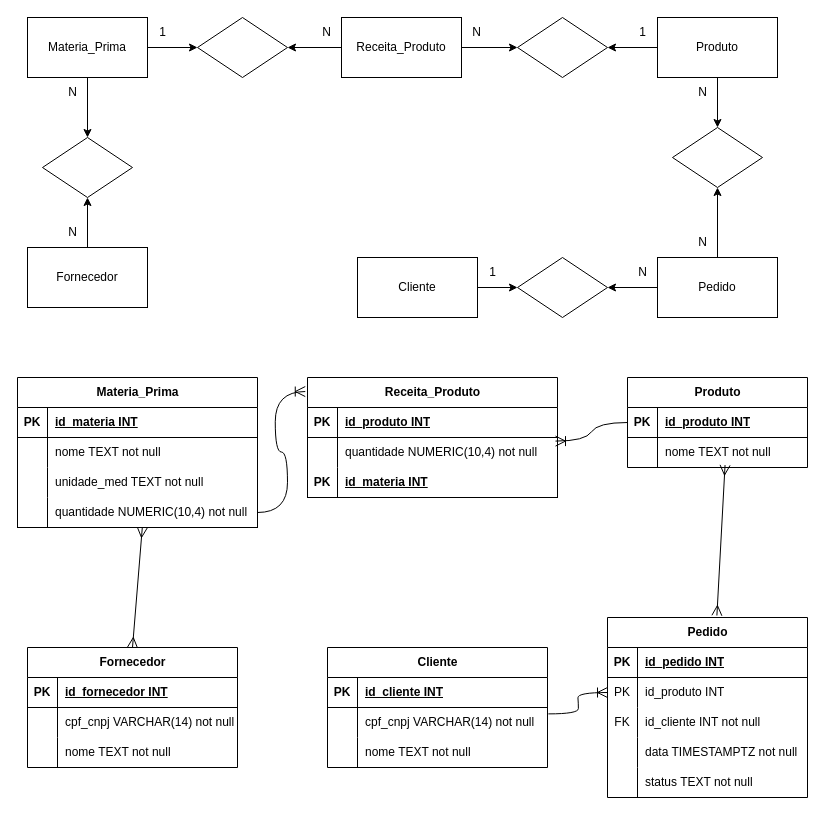
jheykocarreno/Senai_BackEnd keeps this draw.io diagram as Projeto_FinSQL/Ordenes_Marcenaria.drawio. Above is the earlier version. Source tidied: cells renumbered, new cells numbered last; positions are measured from the earlier drawing's top-left corner, leaving out a move shared by most shapes. Both pictures are drawn from the tidied source at 100%, with x=0, y=0 at pixel (17, 17).
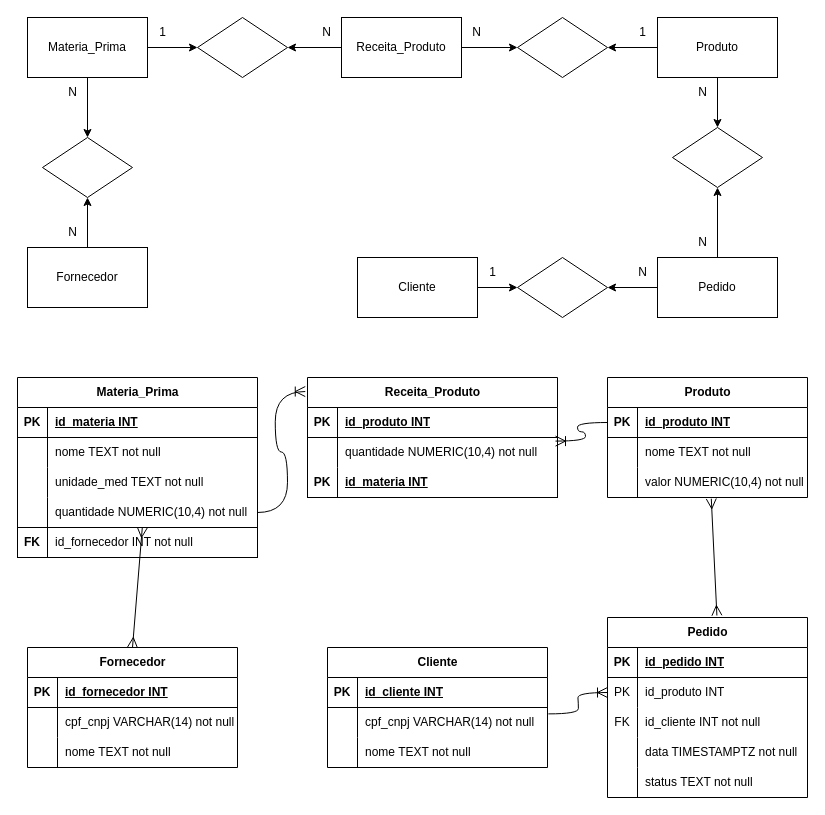
The same page after the edit.

The change refers to these unchanged cells:
```xml
<mxCell id="73" value="Pedido" style="shape=table;startSize=30;childLayout=tableLayout;rowLines=0;fontStyle=1;align=center;html=1;" parent="1" vertex="1">
  <mxGeometry x="590" y="600" width="200" height="180" as="geometry" />
</mxCell>
```

Diff of the diagram source:
```diff
@@
     <mxCell id="33" value="Materia_Prima" style="shape=table;startSize=30;childLayout=tableLayout;rowLines=0;fontStyle=1;align=center;html=1;" parent="1" vertex="1">
-      <mxGeometry y="360" width="240" height="150" as="geometry" />
+      <mxGeometry y="360" width="240" height="180" as="geometry" />
     </mxCell>
@@
+    <mxCell id="104" style="shape=tableRow;horizontal=0;startSize=0;swimlaneHead=0;swimlaneBody=0;fillColor=none;top=0;left=0;right=0;bottom=1;" parent="33" vertex="1">
+      <mxGeometry y="150" width="240" height="30" as="geometry" />
+    </mxCell>
+    <mxCell id="105" value="FK" style="shape=partialRectangle;fillColor=none;top=0;left=0;bottom=0;right=0;fontStyle=1;overflow=hidden;whiteSpace=wrap;html=1;" parent="104" vertex="1">
+      <mxGeometry width="30" height="30" as="geometry" />
+    </mxCell>
+    <mxCell id="106" value="&lt;span style=&quot;font-weight: normal;&quot;&gt;id_fornecedor INT not null&lt;/span&gt;" style="shape=partialRectangle;fillColor=none;top=0;left=0;bottom=0;right=0;align=left;spacingLeft=6;fontStyle=1;overflow=hidden;whiteSpace=wrap;html=1;" parent="104" vertex="1">
+      <mxGeometry x="30" width="210" height="30" as="geometry" />
+    </mxCell>
@@
     <mxCell id="66" value="Produto" style="shape=table;startSize=30;childLayout=tableLayout;rowLines=0;fontStyle=1;align=center;html=1;" parent="1" vertex="1">
-      <mxGeometry x="610" y="360" width="180" height="90" as="geometry" />
+      <mxGeometry x="590" y="360" width="200" height="120" as="geometry" />
     </mxCell>
     <mxCell id="67" style="shape=tableRow;horizontal=0;startSize=0;swimlaneHead=0;swimlaneBody=0;fillColor=none;points=[[0,0.5],[1,0.5]];portConstraint=eastwest;top=0;left=0;right=0;bottom=1;" parent="66" vertex="1">
-      <mxGeometry y="30" width="180" height="30" as="geometry" />
+      <mxGeometry y="30" width="200" height="30" as="geometry" />
     </mxCell>
@@
     <mxCell id="69" value="id_produto INT" style="shape=partialRectangle;fillColor=none;top=0;left=0;bottom=0;right=0;align=left;spacingLeft=6;fontStyle=5;overflow=hidden;whiteSpace=wrap;html=1;" parent="67" vertex="1">
-      <mxGeometry x="30" width="150" height="30" as="geometry" />
+      <mxGeometry x="30" width="170" height="30" as="geometry" />
     </mxCell>
     <mxCell id="70" style="shape=tableRow;horizontal=0;startSize=0;swimlaneHead=0;swimlaneBody=0;fillColor=none;points=[[0,0.5],[1,0.5]];portConstraint=eastwest;top=0;left=0;right=0;bottom=0;" parent="66" vertex="1">
-      <mxGeometry y="60" width="180" height="30" as="geometry" />
+      <mxGeometry y="60" width="200" height="30" as="geometry" />
     </mxCell>
@@
     <mxCell id="72" value="nome TEXT not null" style="shape=partialRectangle;fillColor=none;top=0;left=0;bottom=0;right=0;align=left;spacingLeft=6;overflow=hidden;whiteSpace=wrap;html=1;" parent="70" vertex="1">
-      <mxGeometry x="30" width="150" height="30" as="geometry" />
+      <mxGeometry x="30" width="170" height="30" as="geometry" />
     </mxCell>
+    <mxCell id="107" style="shape=tableRow;horizontal=0;startSize=0;swimlaneHead=0;swimlaneBody=0;fillColor=none;points=[[0,0.5],[1,0.5]];portConstraint=eastwest;top=0;left=0;right=0;bottom=0;" parent="66" vertex="1">
+      <mxGeometry y="90" width="200" height="30" as="geometry" />
+    </mxCell>
+    <mxCell id="108" style="shape=partialRectangle;fillColor=none;top=0;left=0;bottom=0;right=0;overflow=hidden;whiteSpace=wrap;html=1;" parent="107" vertex="1">
+      <mxGeometry width="30" height="30" as="geometry" />
+    </mxCell>
+    <mxCell id="109" value="valor NUMERIC(10,4) not null" style="shape=partialRectangle;fillColor=none;top=0;left=0;bottom=0;right=0;align=left;spacingLeft=6;overflow=hidden;whiteSpace=wrap;html=1;" parent="107" vertex="1">
+      <mxGeometry x="30" width="170" height="30" as="geometry" />
+    </mxCell>
@@
-    <mxCell id="102" style="fontSize=12;html=1;endArrow=ERmany;startArrow=ERmany;rounded=0;startSize=8;endSize=8;entryX=0.547;entryY=-0.011;entryDx=0;entryDy=0;exitX=0.542;exitY=0.92;exitDx=0;exitDy=0;exitPerimeter=0;entryPerimeter=0;" parent="1" edge="1" source="70" target="73">
+    <mxCell id="102" style="fontSize=12;html=1;endArrow=ERmany;startArrow=ERmany;rounded=0;startSize=8;endSize=8;entryX=0.547;entryY=-0.011;entryDx=0;entryDy=0;exitX=0.519;exitY=1.04;exitDx=0;exitDy=0;exitPerimeter=0;entryPerimeter=0;" parent="1" edge="1" source="107" target="73">
       <mxGeometry relative="1" as="geometry" />
     </mxCell>
```
